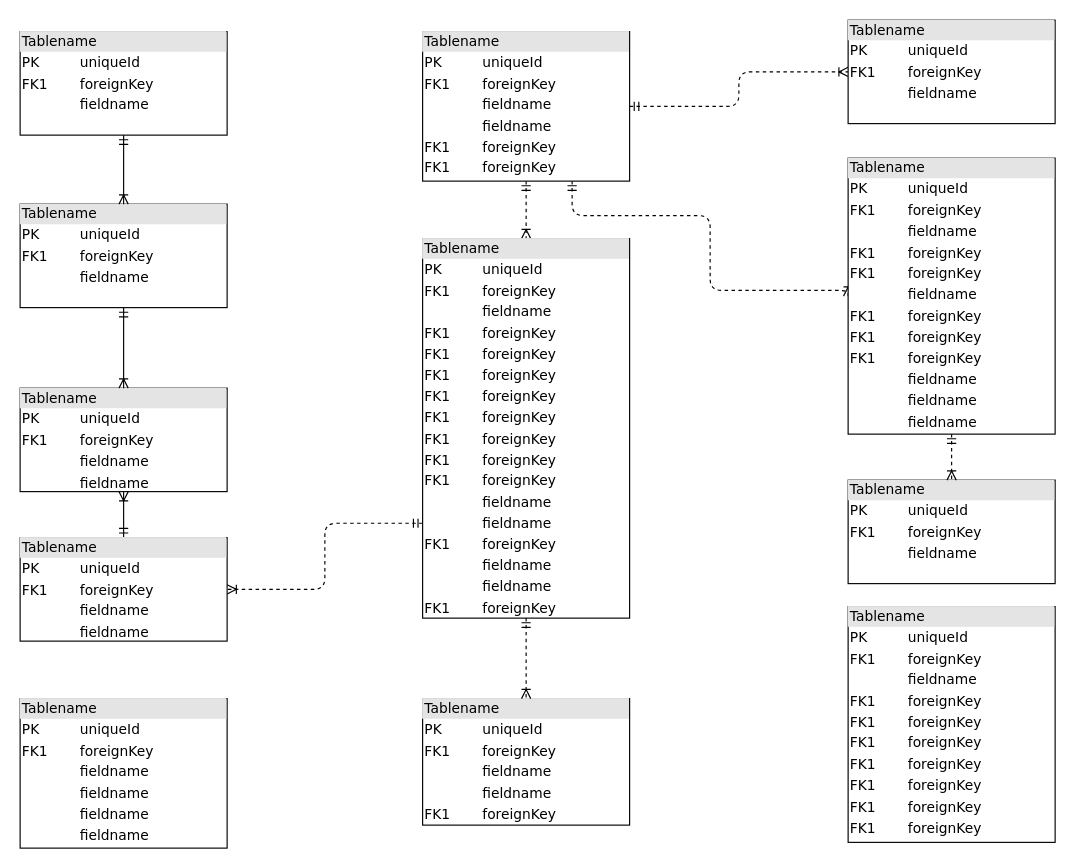
This is DataBase-Diagram.drawio from sakuraszy/STATS-170A-Group, a draw.io file, before an edit. Source tidied: cells renumbered, new cells numbered last; positions are measured from the earlier drawing's top-left corner, leaving out a move shared by most shapes. Both pictures are drawn from the tidied source at 115%, with x=0, y=0 at pixel (20, 20).
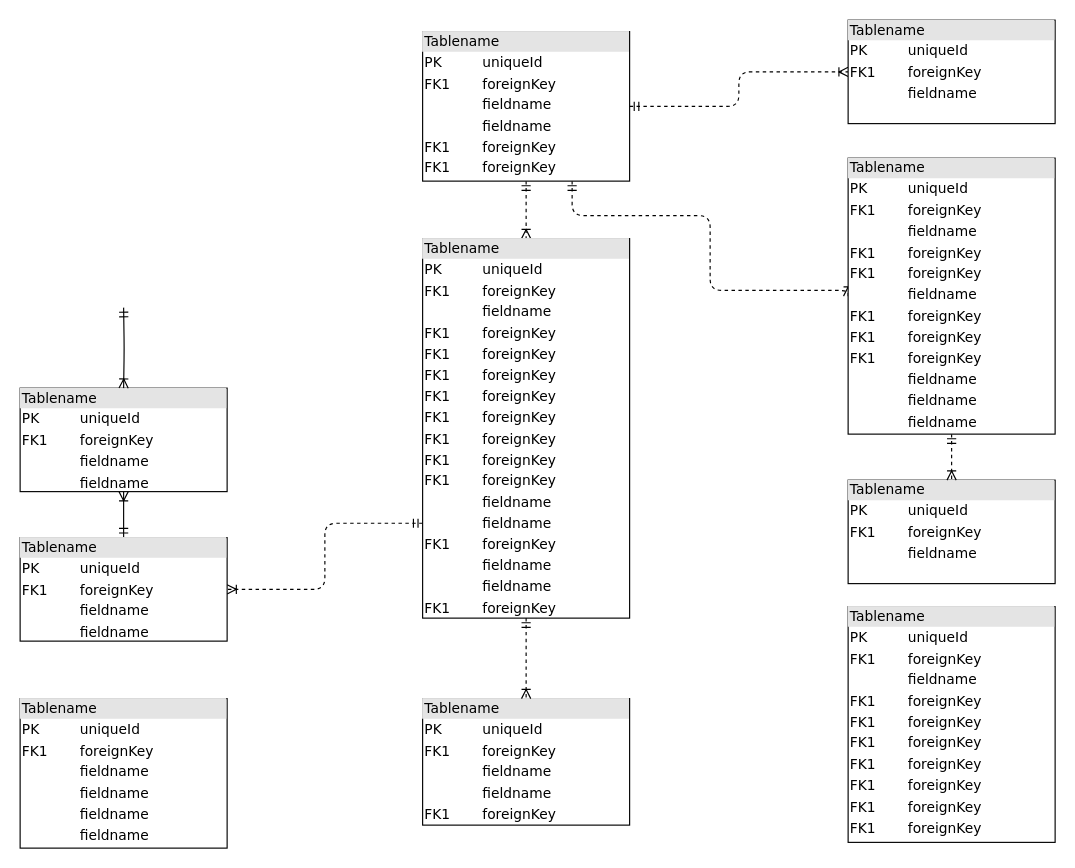
The same page after the edit.

The change refers to these unchanged cells:
```xml
<mxCell id="10" value="&lt;div style=&quot;box-sizing: border-box ; width: 100% ; background: #e4e4e4 ; padding: 2px&quot;&gt;Tablename&lt;/div&gt;&lt;table style=&quot;width: 100% ; font-size: 1em&quot; cellpadding=&quot;2&quot; cellspacing=&quot;0&quot;&gt;&lt;tbody&gt;&lt;tr&gt;&lt;td&gt;PK&lt;/td&gt;&lt;td&gt;uniqueId&lt;/td&gt;&lt;/tr&gt;&lt;tr&gt;&lt;td&gt;FK1&lt;/td&gt;&lt;td&gt;foreignKey&lt;/td&gt;&lt;/tr&gt;&lt;tr&gt;&lt;td&gt;&lt;/td&gt;&lt;td&gt;fieldname&lt;/td&gt;&lt;/tr&gt;&lt;tr&gt;&lt;td&gt;&lt;br&gt;&lt;/td&gt;&lt;td&gt;fieldname&lt;br&gt;&lt;/td&gt;&lt;/tr&gt;&lt;/tbody&gt;&lt;/table&gt;" style="verticalAlign=top;align=left;overflow=fill;html=1;rounded=0;shadow=0;comic=0;labelBackgroundColor=none;strokeWidth=1;fontFamily=Verdana;fontSize=12;" parent="1" vertex="1">
  <mxGeometry y="320" width="180" height="90" as="geometry" />
</mxCell>
```

The edit, as a diff of the source:
```diff
@@
-    <mxCell id="2" value="&lt;div style=&quot;box-sizing:border-box;width:100%;background:#e4e4e4;padding:2px;&quot;&gt;Tablename&lt;/div&gt;&lt;table style=&quot;width:100%;font-size:1em;&quot; cellpadding=&quot;2&quot; cellspacing=&quot;0&quot;&gt;&lt;tr&gt;&lt;td&gt;PK&lt;/td&gt;&lt;td&gt;uniqueId&lt;/td&gt;&lt;/tr&gt;&lt;tr&gt;&lt;td&gt;FK1&lt;/td&gt;&lt;td&gt;foreignKey&lt;/td&gt;&lt;/tr&gt;&lt;tr&gt;&lt;td&gt;&lt;/td&gt;&lt;td&gt;fieldname&lt;/td&gt;&lt;/tr&gt;&lt;/table&gt;" style="verticalAlign=top;align=left;overflow=fill;html=1;rounded=0;shadow=0;comic=0;labelBackgroundColor=none;strokeWidth=1;fontFamily=Verdana;fontSize=12;" parent="1" vertex="1">
-      <mxGeometry y="10" width="180" height="90" as="geometry" />
-    </mxCell>
@@
-    <mxCell id="11" style="edgeStyle=orthogonalEdgeStyle;html=1;entryX=0.5;entryY=0;labelBackgroundColor=none;startArrow=ERmandOne;endArrow=ERoneToMany;fontFamily=Verdana;fontSize=12;align=left;" parent="1" edge="1" source="12" target="10">
-      <mxGeometry relative="1" as="geometry" />
+    <mxCell id="11" style="edgeStyle=orthogonalEdgeStyle;html=1;entryX=0.5;entryY=0;labelBackgroundColor=none;startArrow=ERmandOne;endArrow=ERoneToMany;fontFamily=Verdana;fontSize=12;align=left;" parent="1" edge="1" target="10">
+      <mxGeometry relative="1" as="geometry">
+        <mxPoint x="90" y="250" as="sourcePoint" />
+      </mxGeometry>
     </mxCell>
-    <mxCell id="12" value="&lt;div style=&quot;box-sizing:border-box;width:100%;background:#e4e4e4;padding:2px;&quot;&gt;Tablename&lt;/div&gt;&lt;table style=&quot;width:100%;font-size:1em;&quot; cellpadding=&quot;2&quot; cellspacing=&quot;0&quot;&gt;&lt;tr&gt;&lt;td&gt;PK&lt;/td&gt;&lt;td&gt;uniqueId&lt;/td&gt;&lt;/tr&gt;&lt;tr&gt;&lt;td&gt;FK1&lt;/td&gt;&lt;td&gt;foreignKey&lt;/td&gt;&lt;/tr&gt;&lt;tr&gt;&lt;td&gt;&lt;/td&gt;&lt;td&gt;fieldname&lt;/td&gt;&lt;/tr&gt;&lt;/table&gt;" style="verticalAlign=top;align=left;overflow=fill;html=1;rounded=0;shadow=0;comic=0;labelBackgroundColor=none;strokeWidth=1;fontFamily=Verdana;fontSize=12;" parent="1" vertex="1">
-      <mxGeometry y="160" width="180" height="90" as="geometry" />
-    </mxCell>
@@
-    <mxCell id="22" style="edgeStyle=orthogonalEdgeStyle;html=1;endArrow=ERoneToMany;startArrow=ERmandOne;labelBackgroundColor=none;fontFamily=Verdana;fontSize=12;align=left;exitX=0.5;exitY=1;entryX=0.5;entryY=0;" parent="1" edge="1" source="2" target="12">
-      <mxGeometry relative="1" as="geometry" />
-    </mxCell>
```
